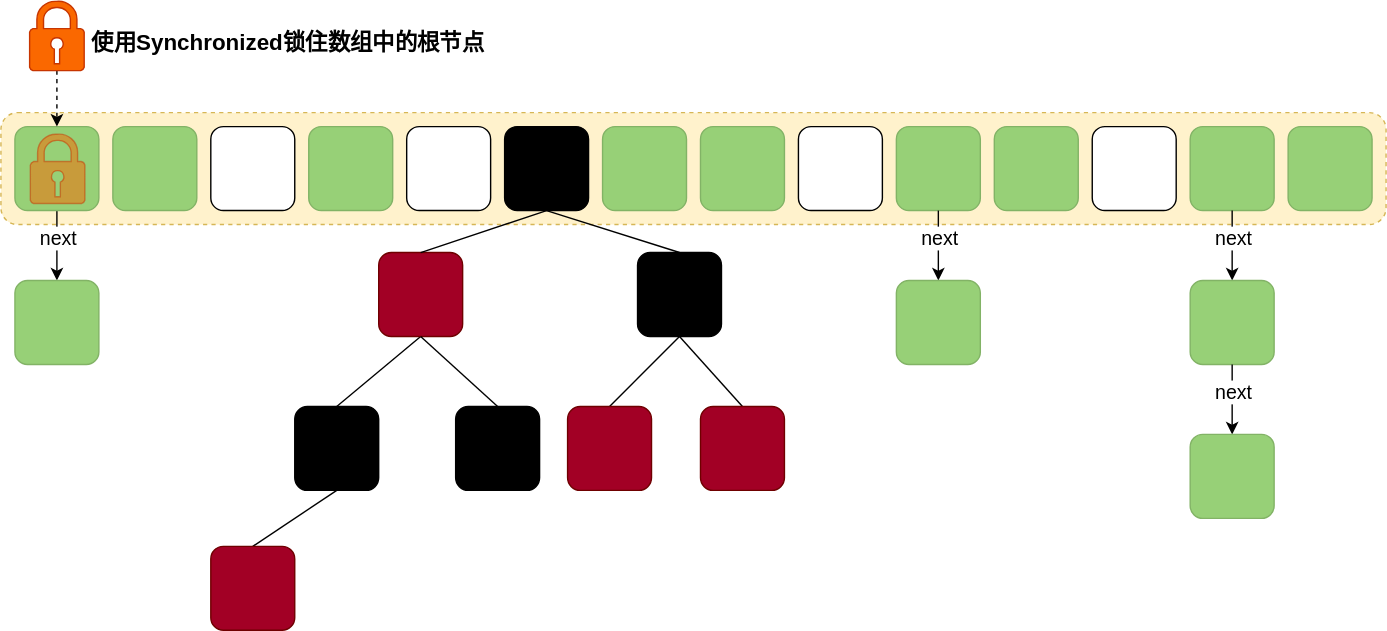
Above: Java/Java基础/Java基础知识/Java8ConcurrentHashMap结构.drawio.svg in Developer-Tang/Knowledge-Notes (draw.io), before the change. Source tidied: cells renumbered, new cells last; positions are measured from the earlier drawing's top-left corner, leaving out a move shared by most shapes.
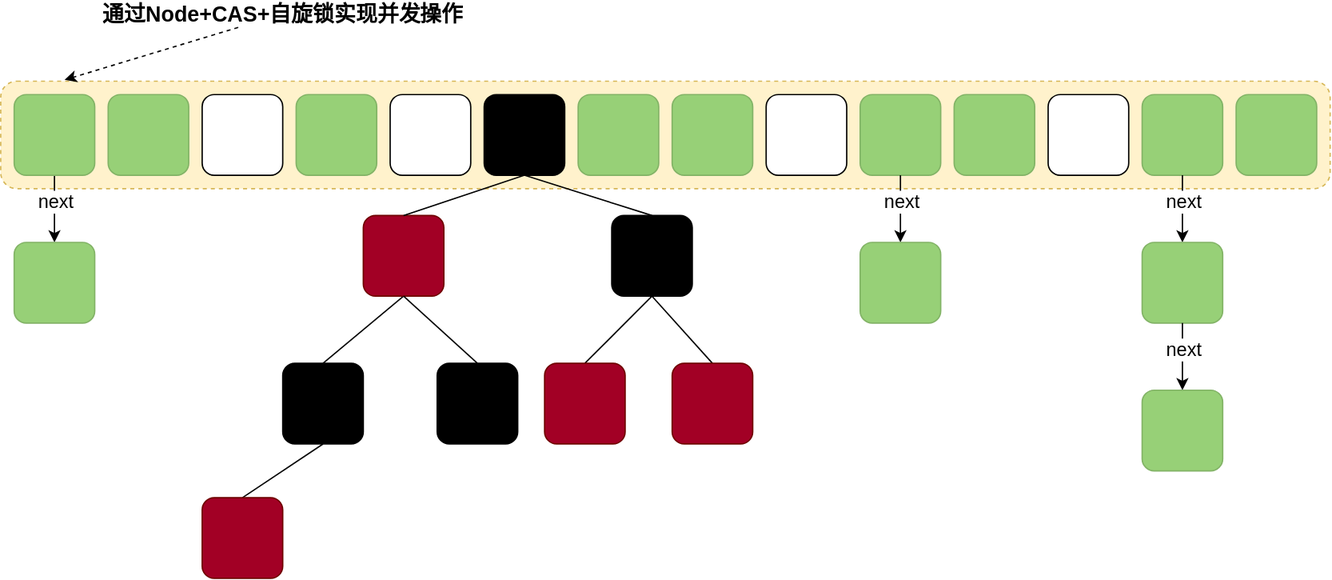
After the change.

The edit, as a diff of the source:
```diff
@@ -141,17 +141,11 @@
     <mxCell id="42" style="rounded=1;whiteSpace=wrap;html=1;fillColor=#a20025;strokeColor=#6F0000;fontColor=#ffffff;" parent="1" vertex="1">
       <mxGeometry x="150" y="390" width="60" height="60" as="geometry" />
     </mxCell>
-    <mxCell id="43" style="rounded=0;jettySize=auto;html=1;dashed=1;" parent="1" edge="1" source="44" target="5">
+    <mxCell id="43" style="rounded=0;jettySize=auto;html=1;dashed=1;entryX=0.048;entryY=-0.012;entryDx=0;entryDy=0;entryPerimeter=0;" parent="1" edge="1" source="45" target="2">
       <mxGeometry relative="1" as="geometry" />
     </mxCell>
-    <mxCell id="44" style="sketch=0;shadow=0;dashed=0;html=1;strokeColor=#C73500;labelPosition=center;verticalLabelPosition=top;verticalAlign=bottom;align=center;fillColor=#fa6800;shape=mxgraph.mscae.enterprise.lock;fontSize=16;fontColor=#000000;fontStyle=1;" parent="1" vertex="1">
-      <mxGeometry x="20.5" width="39" height="50" as="geometry" />
-    </mxCell>
-    <mxCell id="45" value="&lt;b&gt;使用Synchronized锁住数组中的根节点&lt;/b&gt;" style="text;html=1;align=center;verticalAlign=middle;points=[];strokeColor=none;fillColor=none;fontSize=16;" parent="1" vertex="1">
-      <mxGeometry x="55" y="20" width="300" height="20" as="geometry" />
+    <mxCell id="45" value="&lt;b&gt;通过Node+CAS+自旋锁实现并发操作&lt;/b&gt;" style="text;html=1;align=center;verticalAlign=middle;points=[];strokeColor=none;fillColor=none;fontSize=16;" parent="1" vertex="1">
+      <mxGeometry x="70" y="20" width="280" height="20" as="geometry" />
     </mxCell>
-    <mxCell id="46" style="sketch=0;shadow=0;dashed=0;html=1;strokeColor=#C73500;labelPosition=center;verticalLabelPosition=top;verticalAlign=bottom;align=center;fillColor=#fa6800;shape=mxgraph.mscae.enterprise.lock;fontSize=16;fontColor=#000000;fontStyle=1;textOpacity=50;opacity=50;" parent="1" vertex="1">
-      <mxGeometry x="21" y="95" width="39" height="50" as="geometry" />
-    </mxCell>
   </root>
 </mxGraphModel>
```
